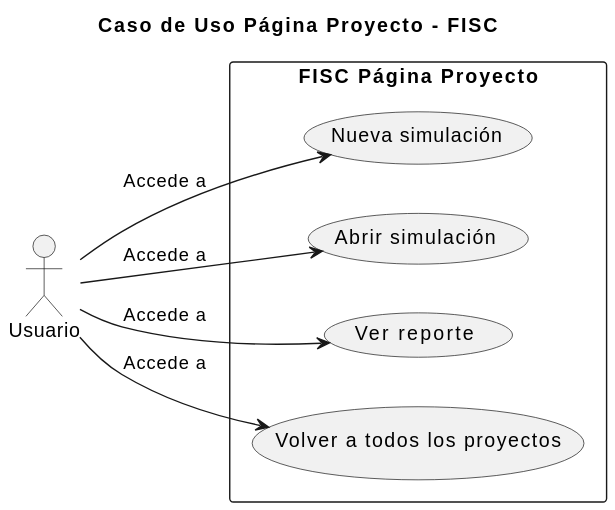
This is imagenes/casosDeUso/casoUsoPaginaProyecto.svg from mmasias/23-24-IdSw1-SDR, a PlantUML export, as it was before one commit. The source it was exported from:
```plantuml
@startuml
title Caso de Uso Página Proyecto - FISC

left to right direction

actor Usuario as user2

rectangle "FISC Página Proyecto" {
  usecase "Nueva simulación" as nueva
  usecase "Abrir simulación" as abrir
  usecase "Ver reporte" as reportes
  usecase "Volver a todos los proyectos" as proyect
}
  user2 --> nueva : "Accede a"
  user2 --> abrir : "Accede a"
  user2 --> reportes : "Accede a"
  user2 --> proyect : "Accede a"
@enduml
```
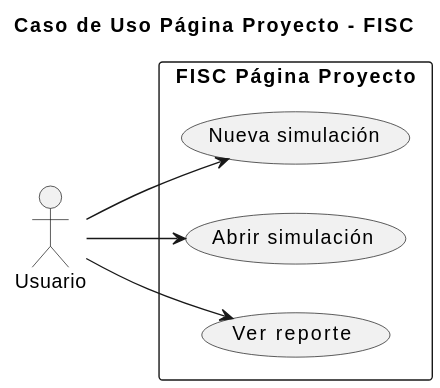
The same diagram one commit later.

Commit message:
correccion imagen caso uso pagina proyecto

Change to the diagram source:
```diff
@@ -9,10 +9,8 @@
   usecase "Nueva simulación" as nueva
   usecase "Abrir simulación" as abrir
   usecase "Ver reporte" as reportes
-  usecase "Volver a todos los proyectos" as proyect
 }
-  user2 --> nueva : "Accede a"
-  user2 --> abrir : "Accede a"
-  user2 --> reportes : "Accede a"
-  user2 --> proyect : "Accede a"
+  user2 --> nueva : ""
+  user2 --> abrir : ""
+  user2 --> reportes : ""
 @enduml
```
